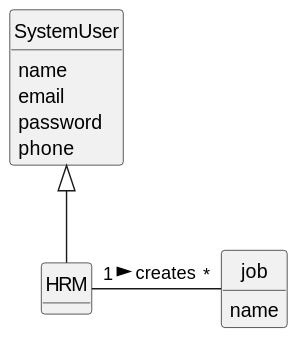
Before: docs/sprintA/us002/02.analysis/svg/us002-domain-model.svg, a diagram exported from PlantUML (Departamento-de-Engenharia-Informatica/lei-24-s2-1do-g164).
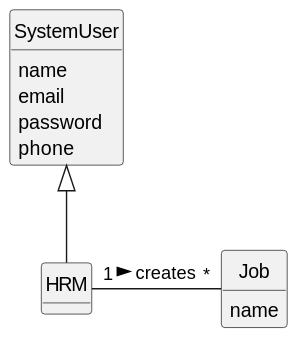
After the commit.

What changed in the source:
```diff
@@ -17,7 +17,7 @@
     phone
 
 }
-class job
+class Job
  {
    name
 }
@@ -28,6 +28,6 @@
 }
 
 
-HRM "1" - "*" job: creates  >
+HRM "1" - "*" Job: creates  >
 SystemUser <|-- HRM
 @enduml
```
